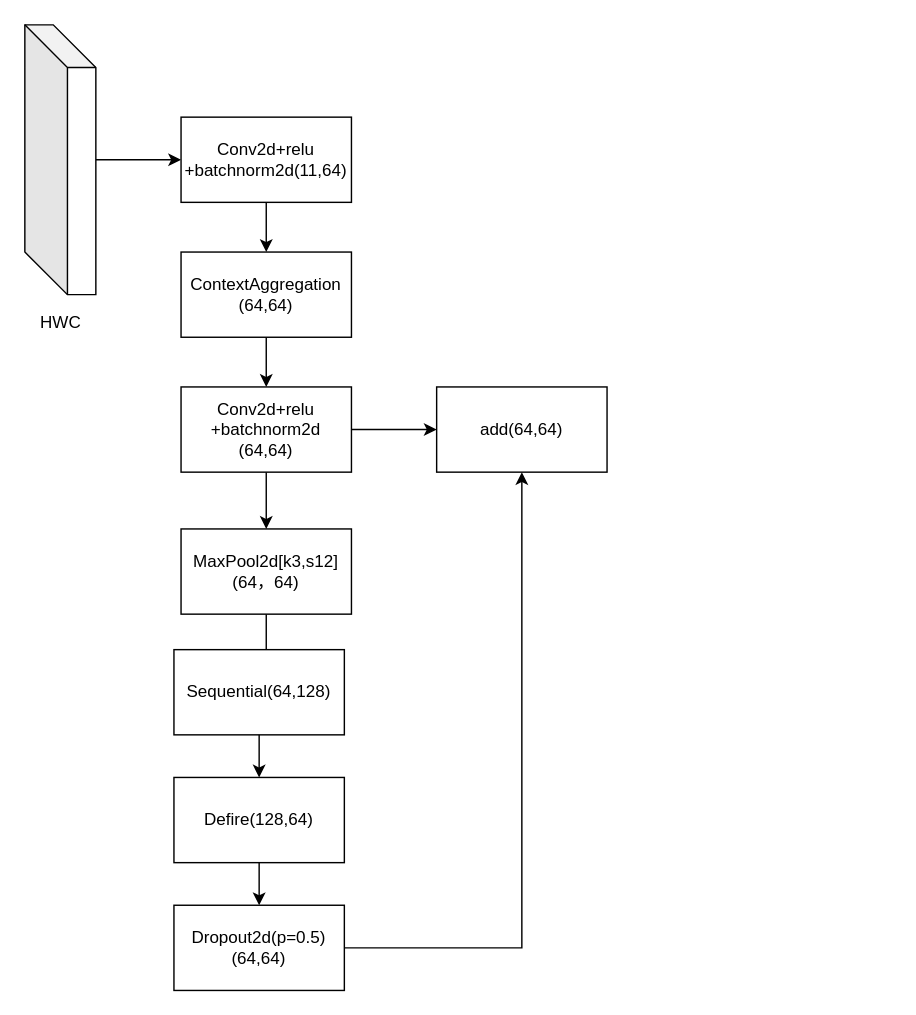
LB157/PhotoLibrary keeps this draw.io diagram as 未命名绘图.drawio. Above is the earlier version. Source tidied: cells renumbered, new cells numbered last; positions are measured from the earlier drawing's top-left corner, leaving out a move shared by most shapes. Both pictures are drawn from the tidied source at 142%, with x=0, y=0 at pixel (24, 24).
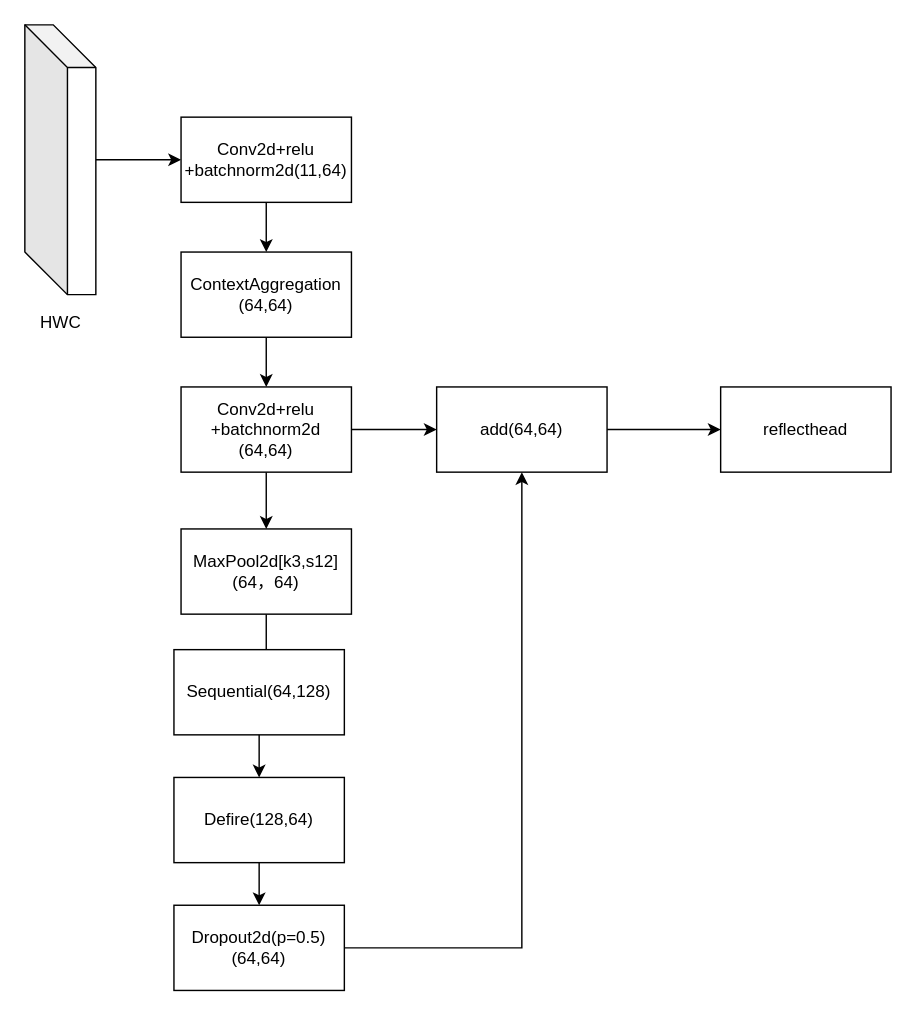
The same page after the edit.

Unchanged cells that the change refers to:
```xml
<mxCell id="19" value="add(64,64)" style="whiteSpace=wrap;html=1;" parent="1" vertex="1">
  <mxGeometry x="290" y="255" width="120" height="60" as="geometry" />
</mxCell>
```

The edit, as a diff of the source:
```diff
@@
+    <mxCell id="20" style="edgeStyle=orthogonalEdgeStyle;rounded=0;jettySize=auto;html=1;" parent="1" edge="1" source="19" target="21">
+      <mxGeometry relative="1" as="geometry" />
+    </mxCell>
@@
+    <mxCell id="21" value="reflecthead" style="whiteSpace=wrap;html=1;" parent="1" vertex="1">
+      <mxGeometry x="490" y="255" width="120" height="60" as="geometry" />
+    </mxCell>
```
